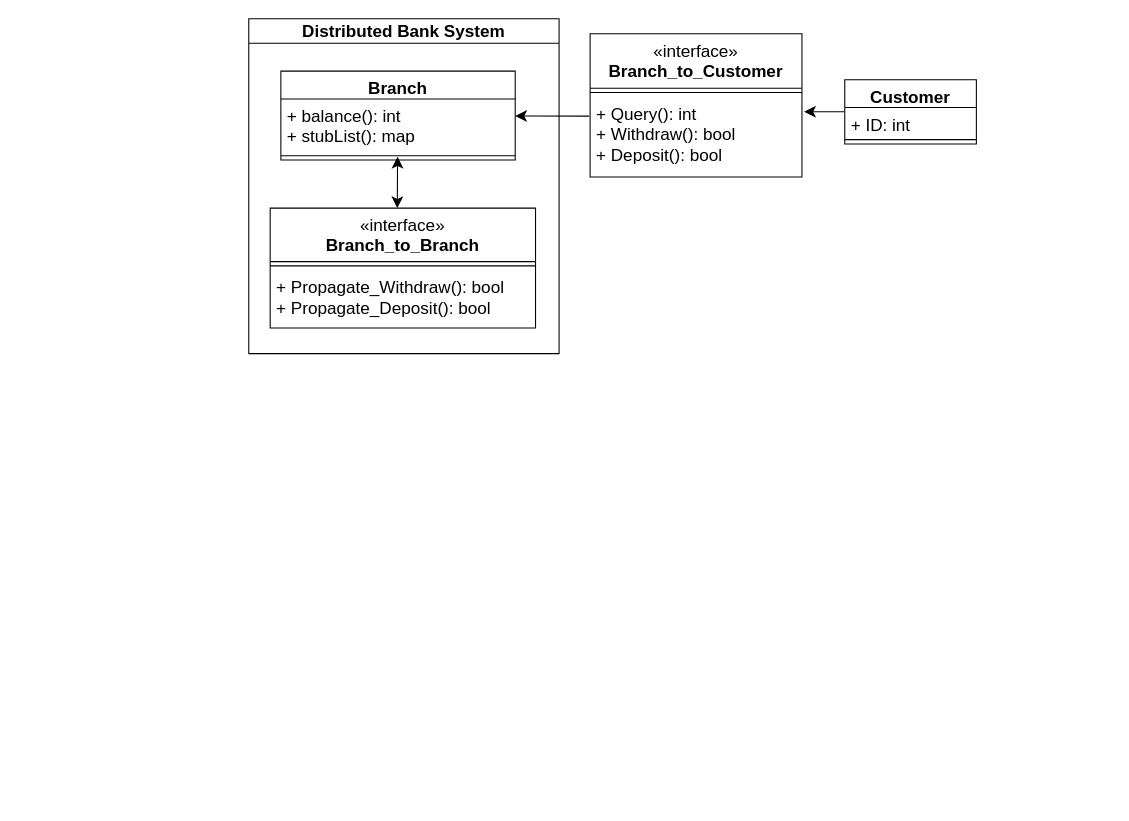
The draw.io diagram CSE531Project1.drawio in ilvfruits/CSE531_Distributed_and_Microprocessor_OS, before the edit. Source tidied: cells renumbered, new cells numbered last; positions are measured from the earlier drawing's top-left corner, leaving out a move shared by most shapes. Both pictures are drawn from the tidied source at 107%, with x=0, y=0 at pixel (248, 18).
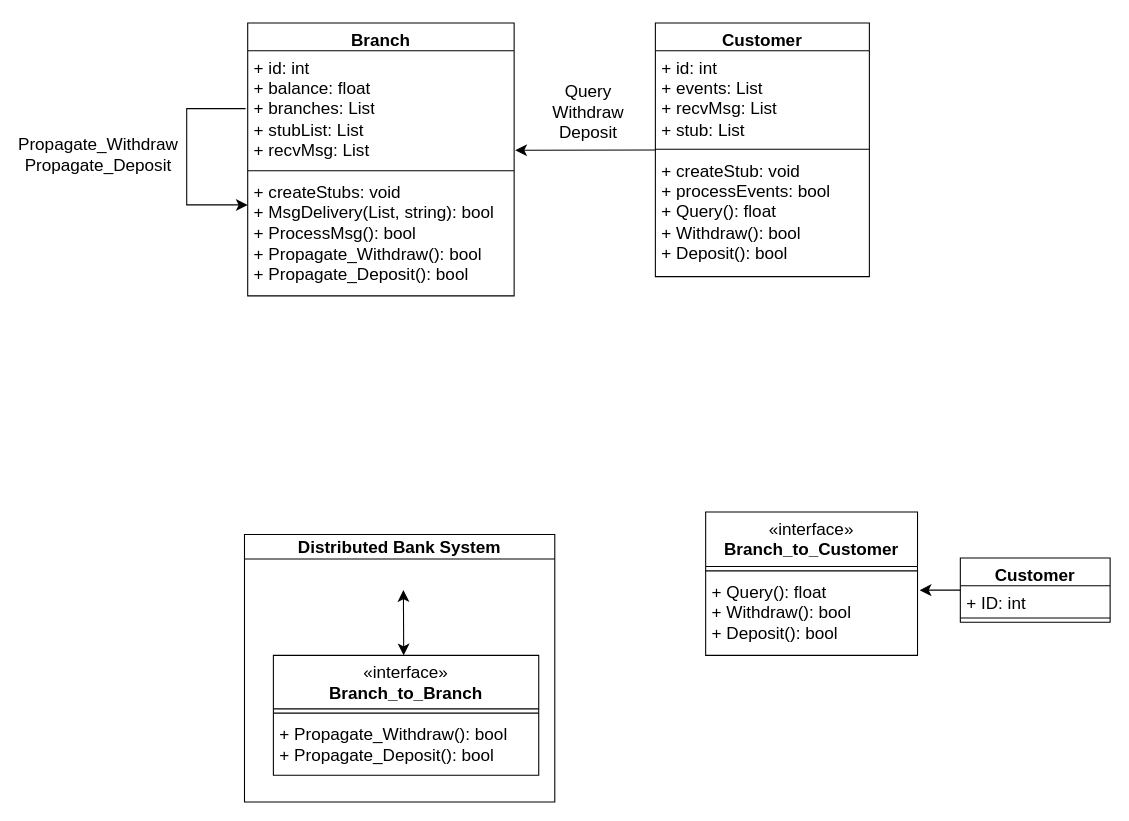
The same diagram, later.

What changed in the source:
```diff
@@
-    <mxCell id="2" style="edgeStyle=none;curved=1;rounded=0;jettySize=auto;html=1;fontSize=12;startSize=8;endSize=8;entryX=1.01;entryY=0.187;entryDx=0;entryDy=0;entryPerimeter=0;" parent="1" edge="1" source="3" target="16">
+    <mxCell id="2" style="edgeStyle=none;curved=1;rounded=0;jettySize=auto;html=1;fontSize=12;startSize=8;endSize=8;entryX=1.01;entryY=0.187;entryDx=0;entryDy=0;entryPerimeter=0;labelBackgroundColor=none;fontColor=default;" parent="1" edge="1" source="3" target="16">
       <mxGeometry relative="1" as="geometry" />
     </mxCell>
-    <mxCell id="3" value="Customer" style="swimlane;fontStyle=1;align=center;verticalAlign=top;horizontal=1;startSize=26;whiteSpace=wrap;html=1;fontSize=16;" parent="1" vertex="1">
-      <mxGeometry x="557" y="57" width="123" height="60" as="geometry" />
+    <mxCell id="3" value="Customer" style="swimlane;fontStyle=1;align=center;verticalAlign=top;horizontal=1;startSize=26;whiteSpace=wrap;html=1;fontSize=16;labelBackgroundColor=none;" parent="1" vertex="1">
+      <mxGeometry x="665" y="504" width="140" height="60" as="geometry" />
     </mxCell>
-    <mxCell id="4" value="+ ID: int" style="text;strokeColor=none;fillColor=none;align=left;verticalAlign=top;spacingLeft=4;spacingRight=4;overflow=hidden;whiteSpace=wrap;html=1;fontSize=16;" parent="3" vertex="1">
-      <mxGeometry y="26" width="123" height="26" as="geometry" />
+    <mxCell id="4" value="+ ID: int" style="text;strokeColor=none;fillColor=none;align=left;verticalAlign=top;spacingLeft=4;spacingRight=4;overflow=hidden;whiteSpace=wrap;html=1;fontSize=16;labelBackgroundColor=none;" parent="3" vertex="1">
+      <mxGeometry y="26" width="140" height="26" as="geometry" />
     </mxCell>
-    <mxCell id="5" style="line;strokeWidth=1;fillColor=none;align=left;verticalAlign=middle;spacingTop=-1;spacingLeft=3;spacingRight=3;labelPosition=right;strokeColor=inherit;fontSize=16;" parent="3" vertex="1">
-      <mxGeometry y="52" width="123" height="8" as="geometry" />
+    <mxCell id="5" style="line;strokeWidth=1;fillColor=none;align=left;verticalAlign=middle;spacingTop=-1;spacingLeft=3;spacingRight=3;labelPosition=right;fontSize=16;labelBackgroundColor=none;" parent="3" vertex="1">
+      <mxGeometry y="52" width="140" height="8" as="geometry" />
     </mxCell>
-    <mxCell id="6" value="&lt;span style=&quot;font-weight: normal;&quot;&gt;«interface»&lt;/span&gt;&lt;br&gt;Branch_to_Branch" style="swimlane;fontStyle=1;align=center;verticalAlign=top;horizontal=1;startSize=50;whiteSpace=wrap;html=1;fontSize=16;" parent="1" vertex="1">
-      <mxGeometry x="20" y="177" width="248" height="112" as="geometry" />
-    </mxCell>
-    <mxCell id="7" style="line;strokeWidth=1;fillColor=none;align=left;verticalAlign=middle;spacingTop=-1;spacingLeft=3;spacingRight=3;labelPosition=right;strokeColor=inherit;fontSize=16;" parent="6" vertex="1">
-      <mxGeometry y="50" width="248" height="8" as="geometry" />
-    </mxCell>
-    <mxCell id="8" value="+ Propagate_Withdraw(): bool&lt;br&gt;+ Propagate_Deposit(): bool" style="text;strokeColor=none;fillColor=none;align=left;verticalAlign=top;spacingLeft=4;spacingRight=4;overflow=hidden;whiteSpace=wrap;html=1;fontSize=16;" parent="6" vertex="1">
-      <mxGeometry y="58" width="248" height="54" as="geometry" />
-    </mxCell>
-    <mxCell id="9" value="Branch" style="swimlane;fontStyle=1;align=center;verticalAlign=top;horizontal=1;startSize=26;whiteSpace=wrap;html=1;fontSize=16;" parent="1" vertex="1">
-      <mxGeometry x="30" y="49" width="219" height="83" as="geometry" />
-    </mxCell>
-    <mxCell id="10" value="+ balance(): int&lt;br&gt;+ stubList(): map" style="text;strokeColor=none;fillColor=none;align=left;verticalAlign=top;spacingLeft=4;spacingRight=4;overflow=hidden;whiteSpace=wrap;html=1;fontSize=16;" parent="9" vertex="1">
-      <mxGeometry y="26" width="219" height="49" as="geometry" />
-    </mxCell>
-    <mxCell id="11" style="line;strokeWidth=1;fillColor=none;align=left;verticalAlign=middle;spacingTop=-1;spacingLeft=3;spacingRight=3;labelPosition=right;points=[];portConstraint=eastwest;strokeColor=inherit;fontSize=16;" parent="9" vertex="1">
-      <mxGeometry y="75" width="219" height="8" as="geometry" />
-    </mxCell>
-    <mxCell id="12" style="edgeStyle=none;curved=1;rounded=0;jettySize=auto;html=1;fontSize=12;startSize=8;endSize=8;exitX=-0.005;exitY=0.24;exitDx=0;exitDy=0;exitPerimeter=0;" parent="1" edge="1" source="16" target="9">
-      <mxGeometry relative="1" as="geometry" />
-    </mxCell>
-    <mxCell id="13" style="endArrow=classic;startArrow=classic;html=1;rounded=0;fontSize=12;startSize=8;endSize=8;curved=1;entryX=0.498;entryY=0.625;entryDx=0;entryDy=0;entryPerimeter=0;exitX=0.479;exitY=0;exitDx=0;exitDy=0;exitPerimeter=0;" parent="1" edge="1" source="6" target="11">
-      <mxGeometry relative="1" as="geometry" />
-    </mxCell>
-    <mxCell id="14" value="&lt;span style=&quot;font-weight: normal;&quot;&gt;«interface»&lt;/span&gt;&lt;br style=&quot;border-color: var(--border-color);&quot;&gt;Branch_to_Customer" style="swimlane;fontStyle=1;align=center;verticalAlign=top;horizontal=1;startSize=51;whiteSpace=wrap;html=1;fontSize=16;" parent="1" vertex="1">
-      <mxGeometry x="319" y="14" width="198" height="134" as="geometry" />
+    <mxCell id="14" value="&lt;span style=&quot;font-weight: normal;&quot;&gt;«interface»&lt;/span&gt;&lt;br style=&quot;border-color: var(--border-color);&quot;&gt;Branch_to_Customer" style="swimlane;fontStyle=1;align=center;verticalAlign=top;horizontal=1;startSize=51;whiteSpace=wrap;html=1;fontSize=16;labelBackgroundColor=none;" parent="1" vertex="1">
+      <mxGeometry x="427" y="461" width="198" height="134" as="geometry" />
     </mxCell>
-    <mxCell id="15" style="line;strokeWidth=1;fillColor=none;align=left;verticalAlign=middle;spacingTop=-1;spacingLeft=3;spacingRight=3;labelPosition=right;strokeColor=inherit;fontSize=16;" parent="14" vertex="1">
+    <mxCell id="15" style="line;strokeWidth=1;fillColor=none;align=left;verticalAlign=middle;spacingTop=-1;spacingLeft=3;spacingRight=3;labelPosition=right;fontSize=16;labelBackgroundColor=none;" parent="14" vertex="1">
       <mxGeometry y="51" width="198" height="8" as="geometry" />
     </mxCell>
-    <mxCell id="16" value="+ Query(): int&lt;br style=&quot;border-color: var(--border-color);&quot;&gt;+ Withdraw(): bool&lt;br style=&quot;border-color: var(--border-color);&quot;&gt;+ Deposit(): bool" style="text;strokeColor=none;fillColor=none;align=left;verticalAlign=top;spacingLeft=4;spacingRight=4;overflow=hidden;points=[[0,0.5],[1,0.5]];portConstraint=eastwest;whiteSpace=wrap;html=1;fontSize=16;" parent="14" vertex="1">
+    <mxCell id="16" value="+ Query(): float&lt;br style=&quot;border-color: var(--border-color);&quot;&gt;+ Withdraw(): bool&lt;br style=&quot;border-color: var(--border-color);&quot;&gt;+ Deposit(): bool" style="text;strokeColor=none;fillColor=none;align=left;verticalAlign=top;spacingLeft=4;spacingRight=4;overflow=hidden;points=[[0,0.5],[1,0.5]];portConstraint=eastwest;whiteSpace=wrap;html=1;fontSize=16;labelBackgroundColor=none;" parent="14" vertex="1">
       <mxGeometry y="59" width="198" height="75" as="geometry" />
     </mxCell>
-    <mxCell id="17" value="Distributed Bank System" style="swimlane;whiteSpace=wrap;html=1;fontSize=16;" parent="1" vertex="1">
-      <mxGeometry width="290" height="313" as="geometry" />
+    <mxCell id="17" value="Distributed Bank System" style="swimlane;whiteSpace=wrap;html=1;fontSize=16;labelBackgroundColor=none;" parent="1" vertex="1">
+      <mxGeometry x="-4" y="482" width="290" height="250" as="geometry" />
     </mxCell>
+    <mxCell id="6" value="&lt;span style=&quot;font-weight: normal;&quot;&gt;«interface»&lt;/span&gt;&lt;br&gt;Branch_to_Branch" style="swimlane;fontStyle=1;align=center;verticalAlign=top;horizontal=1;startSize=50;whiteSpace=wrap;html=1;fontSize=16;labelBackgroundColor=none;" parent="1" vertex="1">
+      <mxGeometry x="23" y="595" width="248" height="112" as="geometry" />
+    </mxCell>
+    <mxCell id="7" style="line;strokeWidth=1;fillColor=none;align=left;verticalAlign=middle;spacingTop=-1;spacingLeft=3;spacingRight=3;labelPosition=right;fontSize=16;labelBackgroundColor=none;" parent="6" vertex="1">
+      <mxGeometry y="50" width="248" height="8" as="geometry" />
+    </mxCell>
+    <mxCell id="8" value="+ Propagate_Withdraw(): bool&lt;br&gt;+ Propagate_Deposit(): bool" style="text;strokeColor=none;fillColor=none;align=left;verticalAlign=top;spacingLeft=4;spacingRight=4;overflow=hidden;whiteSpace=wrap;html=1;fontSize=16;labelBackgroundColor=none;" parent="6" vertex="1">
+      <mxGeometry y="58" width="248" height="54" as="geometry" />
+    </mxCell>
+    <mxCell id="13" style="endArrow=classic;startArrow=classic;html=1;rounded=0;fontSize=12;startSize=8;endSize=8;curved=1;exitX=0.479;exitY=0;exitDx=0;exitDy=0;exitPerimeter=0;entryX=0.476;entryY=1.071;entryDx=0;entryDy=0;entryPerimeter=0;labelBackgroundColor=none;fontColor=default;" parent="1" edge="1">
+      <mxGeometry relative="1" as="geometry">
+        <mxPoint x="144.8" y="595" as="sourcePoint" />
+        <mxPoint x="144.5" y="534" as="targetPoint" />
+      </mxGeometry>
+    </mxCell>
+    <mxCell id="9" value="Branch" style="swimlane;fontStyle=1;align=center;verticalAlign=top;horizontal=1;startSize=26;whiteSpace=wrap;html=1;fontSize=16;labelBackgroundColor=none;" parent="1" vertex="1">
+      <mxGeometry x="-1" y="4" width="249" height="255" as="geometry" />
+    </mxCell>
+    <mxCell id="18" value="+ id: int&lt;br&gt;+ balance: float&lt;br&gt;+ branches: List&lt;br&gt;+ stubList: List&lt;br&gt;+ recvMsg: List" style="text;strokeColor=none;fillColor=none;align=left;verticalAlign=top;spacingLeft=4;spacingRight=4;overflow=hidden;points=[[0,0.5],[1,0.5]];portConstraint=eastwest;whiteSpace=wrap;html=1;fontSize=16;labelBackgroundColor=none;" parent="9" vertex="1">
+      <mxGeometry y="26" width="249" height="108" as="geometry" />
+    </mxCell>
+    <mxCell id="19" style="line;strokeWidth=1;fillColor=none;align=left;verticalAlign=middle;spacingTop=-1;spacingLeft=3;spacingRight=3;labelPosition=right;fontSize=16;labelBackgroundColor=none;" parent="9" vertex="1">
+      <mxGeometry y="134" width="249" height="8" as="geometry" />
+    </mxCell>
+    <mxCell id="20" value="+ createStubs: void&lt;br&gt;+ MsgDelivery(List, string): bool&lt;br&gt;+ ProcessMsg(): bool&lt;br&gt;+ Propagate_Withdraw(): bool&lt;br style=&quot;border-color: var(--border-color);&quot;&gt;+ Propagate_Deposit(): bool" style="text;strokeColor=none;fillColor=none;align=left;verticalAlign=top;spacingLeft=4;spacingRight=4;overflow=hidden;whiteSpace=wrap;html=1;fontSize=16;labelBackgroundColor=none;" parent="9" vertex="1">
+      <mxGeometry y="142" width="249" height="113" as="geometry" />
+    </mxCell>
+    <mxCell id="21" style="edgeStyle=none;curved=1;rounded=0;jettySize=auto;html=1;fontSize=12;startSize=8;endSize=8;entryX=1.004;entryY=0.861;entryDx=0;entryDy=0;entryPerimeter=0;labelBackgroundColor=none;fontColor=default;" parent="1" edge="1" source="22" target="18">
+      <mxGeometry relative="1" as="geometry" />
+    </mxCell>
+    <mxCell id="22" value="Customer" style="swimlane;fontStyle=1;align=center;verticalAlign=top;horizontal=1;startSize=26;whiteSpace=wrap;html=1;fontSize=16;labelBackgroundColor=none;" parent="1" vertex="1">
+      <mxGeometry x="380" y="4" width="200" height="237" as="geometry" />
+    </mxCell>
+    <mxCell id="23" value="+ id: int&lt;br&gt;+ events: List&lt;br&gt;+ recvMsg: List&lt;br&gt;+ stub: List" style="text;strokeColor=none;fillColor=none;align=left;verticalAlign=top;spacingLeft=4;spacingRight=4;overflow=hidden;whiteSpace=wrap;html=1;fontSize=16;labelBackgroundColor=none;" parent="22" vertex="1">
+      <mxGeometry y="26" width="200" height="88" as="geometry" />
+    </mxCell>
+    <mxCell id="24" style="line;strokeWidth=1;fillColor=none;align=left;verticalAlign=middle;spacingTop=-1;spacingLeft=3;spacingRight=3;labelPosition=right;fontSize=16;labelBackgroundColor=none;" parent="22" vertex="1">
+      <mxGeometry y="114" width="200" height="8" as="geometry" />
+    </mxCell>
+    <mxCell id="25" value="+ createStub: void&lt;br&gt;+ processEvents: bool&lt;br&gt;+ Query(): float&lt;br style=&quot;border-color: var(--border-color);&quot;&gt;+ Withdraw(): bool&lt;br style=&quot;border-color: var(--border-color);&quot;&gt;+ Deposit(): bool" style="text;strokeColor=none;fillColor=none;align=left;verticalAlign=top;spacingLeft=4;spacingRight=4;overflow=hidden;whiteSpace=wrap;html=1;fontSize=16;labelBackgroundColor=none;" parent="22" vertex="1">
+      <mxGeometry y="122" width="200" height="115" as="geometry" />
+    </mxCell>
+    <mxCell id="26" value="Query&lt;br&gt;Withdraw&lt;br&gt;Deposit" style="text;html=1;strokeColor=none;fillColor=none;align=center;verticalAlign=middle;whiteSpace=wrap;rounded=0;fontSize=16;labelBackgroundColor=none;" parent="1" vertex="1">
+      <mxGeometry x="277" y="51" width="81" height="72" as="geometry" />
+    </mxCell>
+    <mxCell id="27" style="edgeStyle=segmentEdgeStyle;endArrow=classic;html=1;curved=0;rounded=0;endSize=8;startSize=8;sourcePerimeterSpacing=0;targetPerimeterSpacing=0;fontSize=12;entryX=-0.004;entryY=0.593;entryDx=0;entryDy=0;entryPerimeter=0;" parent="1" edge="1">
+      <mxGeometry relative="1" as="geometry">
+        <mxPoint x="-3" y="84" as="sourcePoint" />
+        <mxPoint x="-1" y="174" as="targetPoint" />
+        <Array as="points">
+          <mxPoint x="-58" y="84" />
+          <mxPoint x="-58" y="174" />
+        </Array>
+      </mxGeometry>
+    </mxCell>
+    <mxCell id="28" value="Propagate_Withdraw&lt;br&gt;Propagate_Deposit" style="text;html=1;strokeColor=none;fillColor=none;align=center;verticalAlign=middle;whiteSpace=wrap;rounded=0;fontSize=16;labelBackgroundColor=none;" parent="1" vertex="1">
+      <mxGeometry x="-181" y="91" width="81" height="72" as="geometry" />
+    </mxCell>
```
